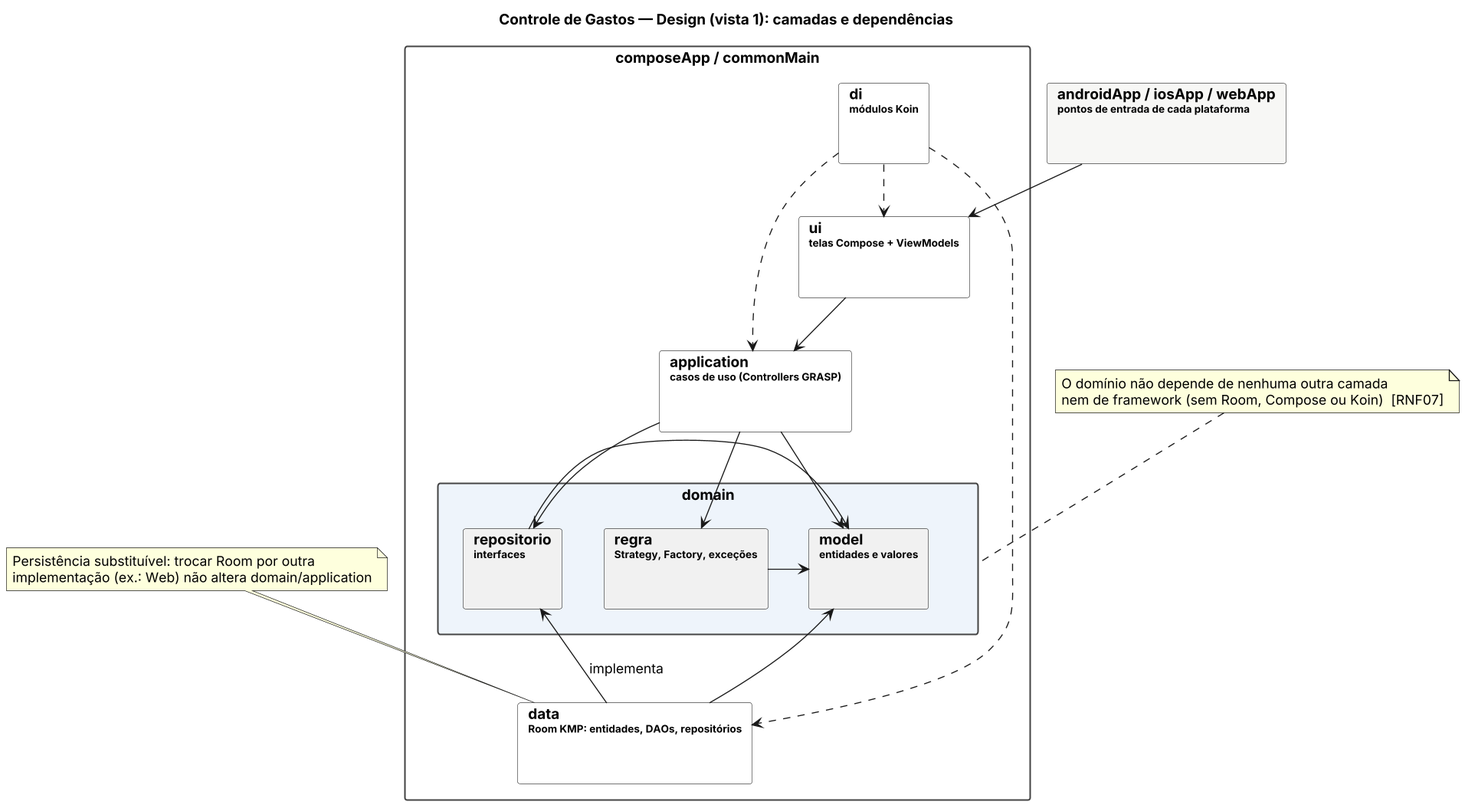
The PlantUML diagram docs/uml/design-1-camadas.png in gabrielfbarbosa/gasto-certo, before a commit.
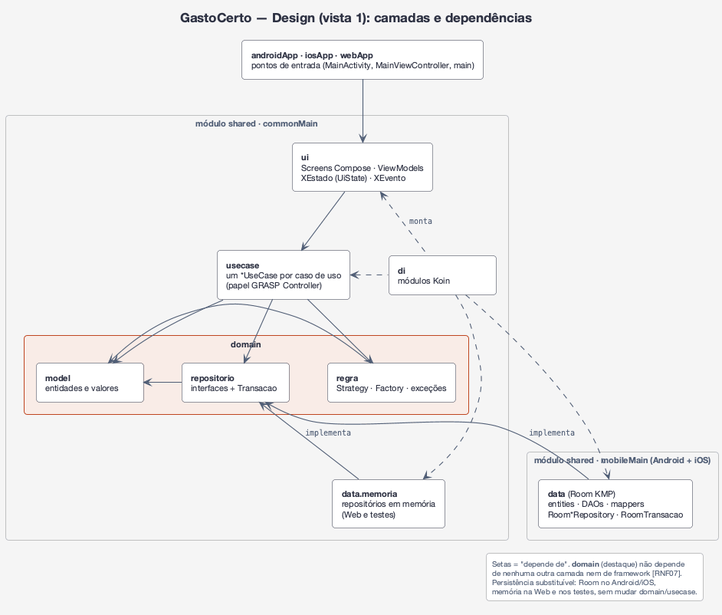
The same diagram one commit later.

Diff of the diagram source:
```diff
@@ -1,58 +1,60 @@
 @startuml design-1-camadas
-skinparamlocked dpi 130
-title Controle de Gastos — Design (vista 1): camadas e dependências
-skinparam shadowing false
-skinparam defaultFontName Helvetica
-skinparam packageStyle rectangle
-skinparam nodesep 40
-skinparam ranksep 50
-skinparam package {
-  BorderColor #444444
+!include estilo.iuml
+title GastoCerto — Design (vista 1): camadas e dependências
+skinparam rectangle {
+  BackgroundColor #FFFFFF
+  BorderColor #2D3142
+  FontColor #2D3142
+  FontSize 11
+  StereotypeFontColor #5A6580
 }
+skinparam rectangle<<dominio>> {
+  BackgroundColor #F9ECE7
+  BorderColor #BF4520
+}
+skinparam rectangle<<grupo>> {
+  BackgroundColor #F5F5F5
+  BorderColor #BFC0C0
+  FontColor #4F5D75
+}
+hide <<dominio>> stereotype
+hide <<grupo>> stereotype
 
-package "androidApp / iosApp / webApp\n<size:10>pontos de entrada de cada plataforma</size>" as plat #F7F7F5 {
+rectangle "<b>androidApp · iosApp · webApp</b>\npontos de entrada (MainActivity, MainViewController, main)" as plat
+
+rectangle "módulo shared · commonMain" as common <<grupo>> {
+  rectangle "<b>ui</b>\nScreens Compose · ViewModels\nXEstado (UiState) · XEvento" as ui
+  rectangle "<b>usecase</b>\num *UseCase por caso de uso\n(papel GRASP Controller)" as uc
+  rectangle "domain" as dom <<dominio>> {
+    rectangle "<b>model</b>\nentidades e valores" as model
+    rectangle "<b>regra</b>\nStrategy · Factory · exceções" as regra
+    rectangle "<b>repositorio</b>\ninterfaces + Transacao" as repo
+  }
+  rectangle "<b>data.memoria</b>\nrepositórios em memória\n(Web e testes)" as mem
+  rectangle "<b>di</b>\nmódulos Koin" as di
 }
-
-package "composeApp / commonMain" as common {
-  package "ui\n<size:10>telas Compose + ViewModels</size>" as ui #FFFFFF {
-  }
-  package "application\n<size:10>casos de uso (Controllers GRASP)</size>" as app #FFFFFF {
-  }
-  package "domain" as dom #EEF4FB {
-    package "model\n<size:10>entidades e valores</size>" as model {
-    }
-    package "regra\n<size:10>Strategy, Factory, exceções</size>" as regra {
-    }
-    package "repositorio\n<size:10>interfaces</size>" as repo {
-    }
-  }
-  package "data\n<size:10>Room KMP: entidades, DAOs, repositórios</size>" as data #FFFFFF {
-  }
-  package "di\n<size:10>módulos Koin</size>" as di #FFFFFF {
-  }
+rectangle "módulo shared · mobileMain (Android + iOS)" as mobile <<grupo>> {
+  rectangle "<b>data</b> (Room KMP)\nentities · DAOs · mappers\nRoom*Repository · RoomTransacao" as room
 }
 
 plat -down-> ui
-ui -down-> app
-app -down-> model
-app -down-> regra
-app -down-> repo
+ui -down-> uc
+uc -down-> regra
+uc -down-> repo
+uc -down-> model
 regra -right-> model
 repo -left-> model
-data -up-> repo : implementa
-data -up-> model
-di ..> ui
-di ..> app
-di ..> data
+mem -up-> repo : implementa
+room -up-> repo : implementa
+di .left.> ui : monta
+di .left.> uc
+di .down.> mem
+di .down.> room
 
-note as N1
-  O domínio não depende de nenhuma outra camada
-  nem de framework (sem Room, Compose ou Koin)  [RNF07]
-end note
-note as N2
-  Persistência substituível: trocar Room por outra
-  implementação (ex.: Web) não altera domain/application
-end note
-N1 .. dom
-N2 .. data
+legend right
+  Setas = "depende de". <b>domain</b> (destaque) não depende
+  de nenhuma outra camada nem de framework [RNF07].
+  Persistência substituível: Room no Android/iOS,
+  memória na Web e nos testes, sem mudar domain/usecase.
+endlegend
 @enduml
```
